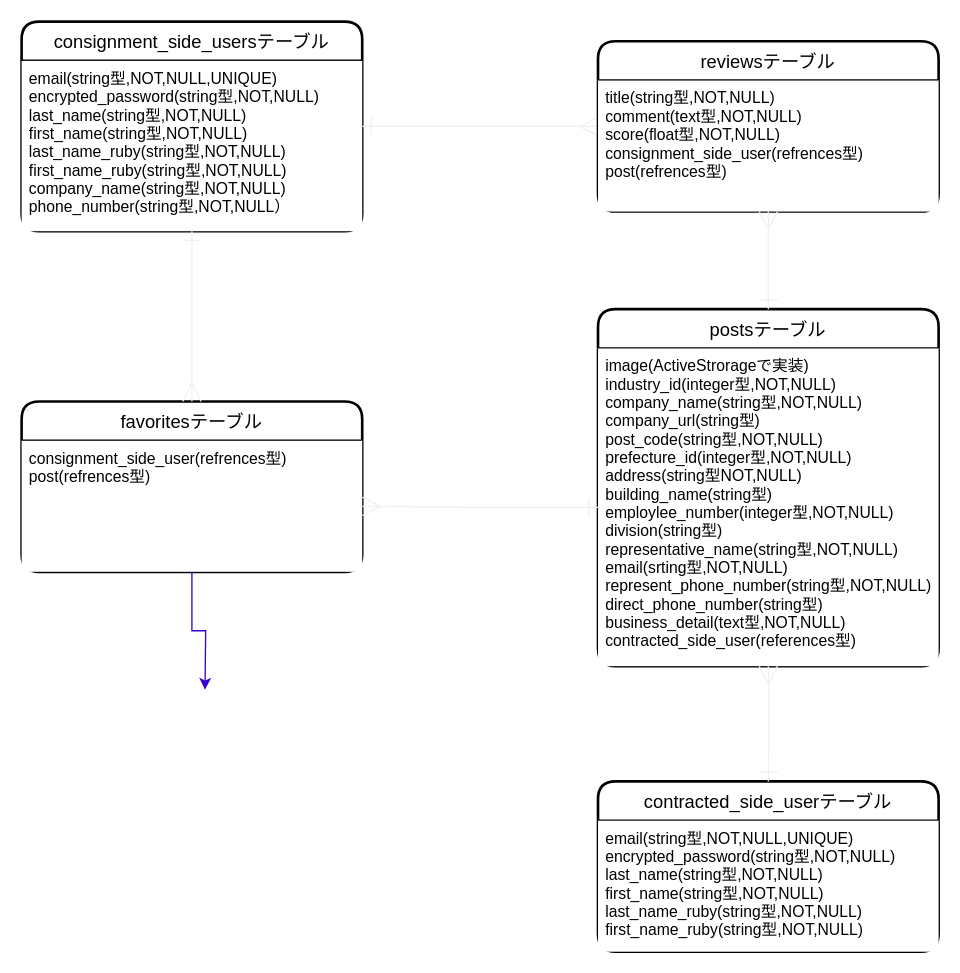
This is er_diagram.dio from hiroki1121/assistance_company, a draw.io file, before an edit. Source tidied: cells renumbered, new cells numbered last; positions are measured from the earlier drawing's top-left corner, leaving out a move shared by most shapes. Both pictures are drawn from the tidied source at 131%, with x=0, y=0 at pixel (21, 21).
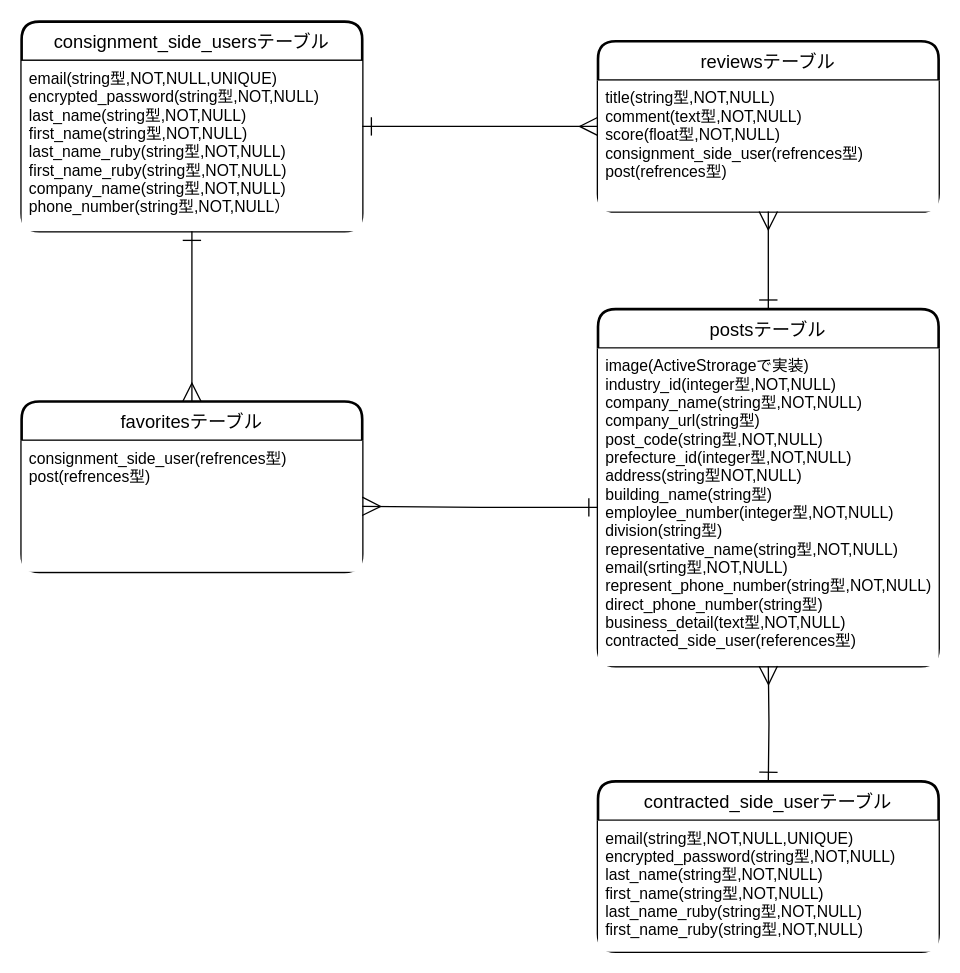
The same diagram, later.

The change refers to these unchanged cells:
```xml
<mxCell id="2" value="consignment_side_usersテーブル" style="swimlane;horizontal=1;startSize=30;rounded=1;fontSize=14;fontStyle=0;strokeWidth=2;shadow=0;dashed=0;align=center;labelBackgroundColor=none;fillColor=#FFFFFF;fontColor=#000000;labelBorderColor=none;swimlaneFillColor=none;strokeColor=#000000;" parent="1" vertex="1">
  <mxGeometry width="260" height="160" as="geometry" />
</mxCell>
<mxCell id="3" value="email(string型,NOT,NULL,UNIQUE)&#10;encrypted_password(string型,NOT,NULL)&#10;last_name(string型,NOT,NULL)&#10;first_name(string型,NOT,NULL)&#10;last_name_ruby(string型,NOT,NULL)&#10;first_name_ruby(string型,NOT,NULL)&#10;company_name(string型,NOT,NULL)&#10;phone_number(string型,NOT,NULL）" style="align=left;strokeColor=none;spacingLeft=4;fontSize=12;verticalAlign=top;fillColor=#FFFFFF;fontColor=#000000;" parent="2" vertex="1">
  <mxGeometry y="30" width="260" height="130" as="geometry" />
</mxCell>
<mxCell id="6" value="postsテーブル" style="swimlane;horizontal=1;startSize=30;rounded=1;fontSize=14;fontStyle=0;strokeWidth=2;shadow=0;dashed=0;align=center;labelBackgroundColor=none;fillColor=#FFFFFF;fontColor=#000000;labelBorderColor=none;swimlaneFillColor=none;strokeColor=#000000;" parent="1" vertex="1">
  <mxGeometry x="440" y="219.5" width="260" height="272.5" as="geometry" />
</mxCell>
<mxCell id="7" value="image(ActiveStrorageで実装)&#10;industry_id(integer型,NOT,NULL)&#10;company_name(string型,NOT,NULL)&#10;company_url(string型)&#10;post_code(string型,NOT,NULL)&#10;prefecture_id(integer型,NOT,NULL)&#10;address(string型NOT,NULL)&#10;building_name(string型)&#10;employlee_number(integer型,NOT,NULL)&#10;division(string型)&#10;representative_name(string型,NOT,NULL)&#10;email(srting型,NOT,NULL)&#10;represent_phone_number(string型,NOT,NULL)&#10;direct_phone_number(string型)&#10;business_detail(text型,NOT,NULL)&#10;contracted_side_user(references型)" style="align=left;strokeColor=none;spacingLeft=4;fontSize=12;verticalAlign=top;fillColor=#FFFFFF;fontColor=#000000;" parent="6" vertex="1">
  <mxGeometry y="30" width="260" height="242.5" as="geometry" />
</mxCell>
<mxCell id="8" value="favoritesテーブル" style="swimlane;horizontal=1;startSize=30;rounded=1;fontSize=14;fontStyle=0;strokeWidth=2;shadow=0;dashed=0;align=center;labelBackgroundColor=none;fillColor=#FFFFFF;fontColor=#000000;labelBorderColor=none;swimlaneFillColor=none;strokeColor=#000000;" parent="1" vertex="1">
  <mxGeometry y="290" width="260" height="130" as="geometry" />
</mxCell>
<mxCell id="9" value="consignment_side_user(refrences型)&#10;post(refrences型)" style="align=left;strokeColor=none;spacingLeft=4;fontSize=12;verticalAlign=top;fillColor=#FFFFFF;fontColor=#000000;" parent="8" vertex="1">
  <mxGeometry y="30" width="260" height="100" as="geometry" />
</mxCell>
<mxCell id="14" value="reviewsテーブル" style="swimlane;horizontal=1;startSize=30;rounded=1;fontSize=14;fontStyle=0;strokeWidth=2;shadow=0;dashed=0;align=center;labelBackgroundColor=none;fillColor=#FFFFFF;fontColor=#000000;labelBorderColor=none;swimlaneFillColor=none;strokeColor=#000000;" parent="1" vertex="1">
  <mxGeometry x="440" y="15" width="260" height="130" as="geometry" />
</mxCell>
<mxCell id="15" value="title(string型,NOT,NULL)&#10;comment(text型,NOT,NULL)&#10;score(float型,NOT,NULL)&#10;consignment_side_user(refrences型)&#10;post(refrences型)" style="align=left;strokeColor=none;spacingLeft=4;fontSize=12;verticalAlign=top;fillColor=#FFFFFF;fontColor=#000000;" parent="14" vertex="1">
  <mxGeometry y="30" width="260" height="100" as="geometry" />
</mxCell>
```

The edit, as a diff of the source:
```diff
@@
-    <mxCell id="10" style="edgeStyle=orthogonalEdgeStyle;rounded=0;jettySize=auto;html=1;exitX=0.5;exitY=1;exitDx=0;exitDy=0;entryX=0.5;entryY=0;entryDx=0;entryDy=0;fontColor=#000000;endArrow=ERmany;endFill=0;startArrow=ERone;startFill=0;strokeWidth=1;endSize=12;startSize=12;strokeColor=#F0F0F0;" parent="1" edge="1" source="3" target="8">
+    <mxCell id="10" style="edgeStyle=orthogonalEdgeStyle;rounded=0;jettySize=auto;html=1;exitX=0.5;exitY=1;exitDx=0;exitDy=0;entryX=0.5;entryY=0;entryDx=0;entryDy=0;fontColor=#000000;endArrow=ERmany;endFill=0;startArrow=ERone;startFill=0;strokeWidth=1;endSize=12;startSize=12;strokeColor=#000000;" parent="1" edge="1" source="3" target="8">
       <mxGeometry relative="1" as="geometry" />
     </mxCell>
-    <mxCell id="11" style="edgeStyle=orthogonalEdgeStyle;rounded=0;jettySize=auto;html=1;startArrow=ERone;startFill=0;startSize=12;endArrow=ERmany;endFill=0;endSize=12;strokeWidth=1;fontColor=#000000;strokeColor=#F0F0F0;" parent="1" edge="1" source="7">
+    <mxCell id="11" style="edgeStyle=orthogonalEdgeStyle;rounded=0;jettySize=auto;html=1;startArrow=ERone;startFill=0;startSize=12;endArrow=ERmany;endFill=0;endSize=12;strokeWidth=1;fontColor=#000000;strokeColor=#000000;" parent="1" edge="1" source="7">
       <mxGeometry relative="1" as="geometry">
         <mxPoint x="260" y="370" as="targetPoint" />
       </mxGeometry>
     </mxCell>
-    <mxCell id="12" style="edgeStyle=orthogonalEdgeStyle;rounded=0;jettySize=auto;html=1;endSize=12;startSize=12;endArrow=ERmany;endFill=0;startArrow=ERone;startFill=0;strokeColor=#F0F0F0;" parent="1" edge="1" target="7">
+    <mxCell id="12" style="edgeStyle=orthogonalEdgeStyle;rounded=0;jettySize=auto;html=1;endSize=12;startSize=12;endArrow=ERmany;endFill=0;startArrow=ERone;startFill=0;strokeColor=#000000;" parent="1" edge="1" target="7">
       <mxGeometry relative="1" as="geometry">
         <mxPoint x="570" y="580" as="sourcePoint" />
       </mxGeometry>
     </mxCell>
-    <mxCell id="13" style="edgeStyle=orthogonalEdgeStyle;rounded=0;jettySize=auto;html=1;startArrow=ERone;startFill=0;startSize=12;endArrow=ERmany;endFill=0;endSize=12;exitX=1;exitY=0.5;exitDx=0;exitDy=0;strokeColor=#F0F0F0;" parent="1" edge="1" source="2" target="14">
+    <mxCell id="13" style="edgeStyle=orthogonalEdgeStyle;rounded=0;jettySize=auto;html=1;startArrow=ERone;startFill=0;startSize=12;endArrow=ERmany;endFill=0;endSize=12;exitX=1;exitY=0.5;exitDx=0;exitDy=0;strokeColor=#000000;" parent="1" edge="1" source="2" target="14">
       <mxGeometry relative="1" as="geometry" />
     </mxCell>
@@
-    <mxCell id="17" style="edgeStyle=orthogonalEdgeStyle;rounded=0;jettySize=auto;html=1;startArrow=ERone;startFill=0;startSize=12;endArrow=ERmany;endFill=0;endSize=12;exitX=0.5;exitY=0;exitDx=0;exitDy=0;strokeColor=#F0F0F0;" parent="1" edge="1" source="6" target="15">
+    <mxCell id="17" style="edgeStyle=orthogonalEdgeStyle;rounded=0;jettySize=auto;html=1;startArrow=ERone;startFill=0;startSize=12;endArrow=ERmany;endFill=0;endSize=12;exitX=0.5;exitY=0;exitDx=0;exitDy=0;strokeColor=#000000;" parent="1" edge="1" source="6" target="15">
       <mxGeometry relative="1" as="geometry" />
     </mxCell>
-    <mxCell id="18" style="edgeStyle=orthogonalEdgeStyle;rounded=0;jettySize=auto;html=1;strokeColor=#3700CC;fillColor=#6a00ff;" parent="1" edge="1" source="9">
-      <mxGeometry relative="1" as="geometry">
-        <mxPoint x="140" y="510" as="targetPoint" />
-      </mxGeometry>
-    </mxCell>
```
